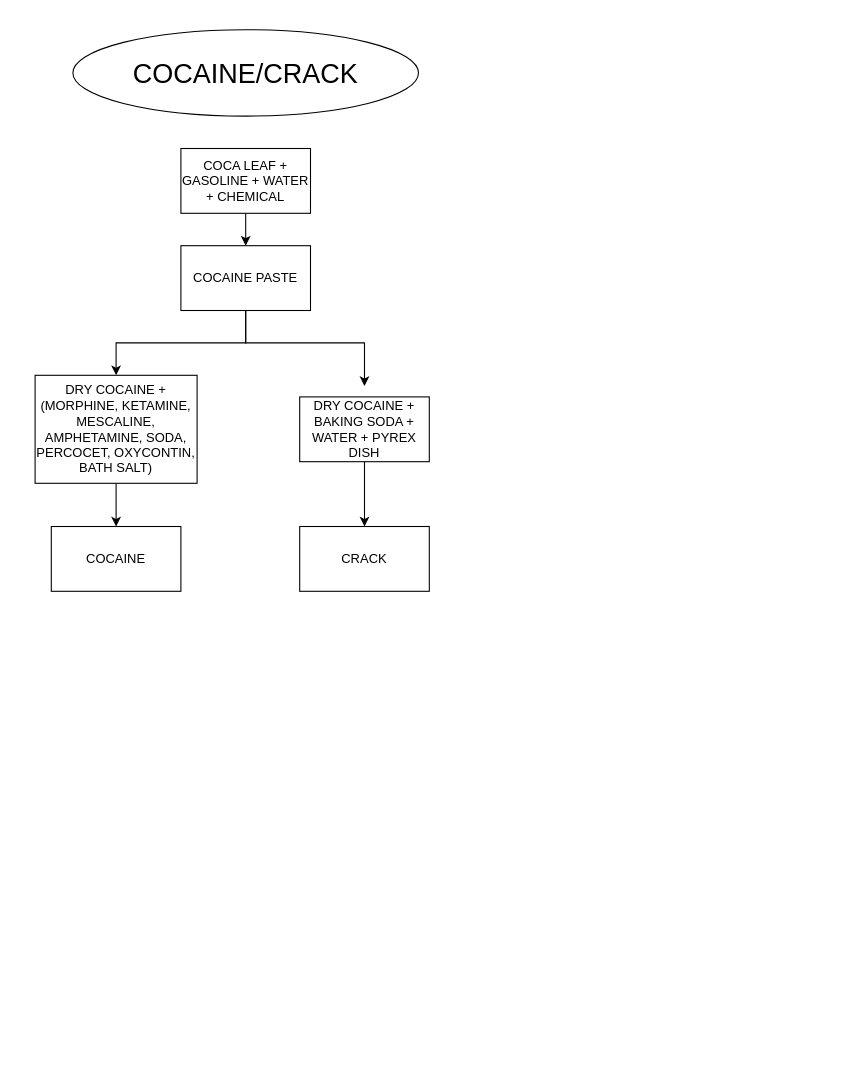
Before: Untitled Diagram.drawio in kloudxmurder/flowchart, a draw.io diagram. Source tidied: cells renumbered, new cells numbered last; positions are measured from the earlier drawing's top-left corner, leaving out a move shared by most shapes. Both pictures are drawn from the tidied source at 108%, with x=0, y=0 at pixel (35, 29).
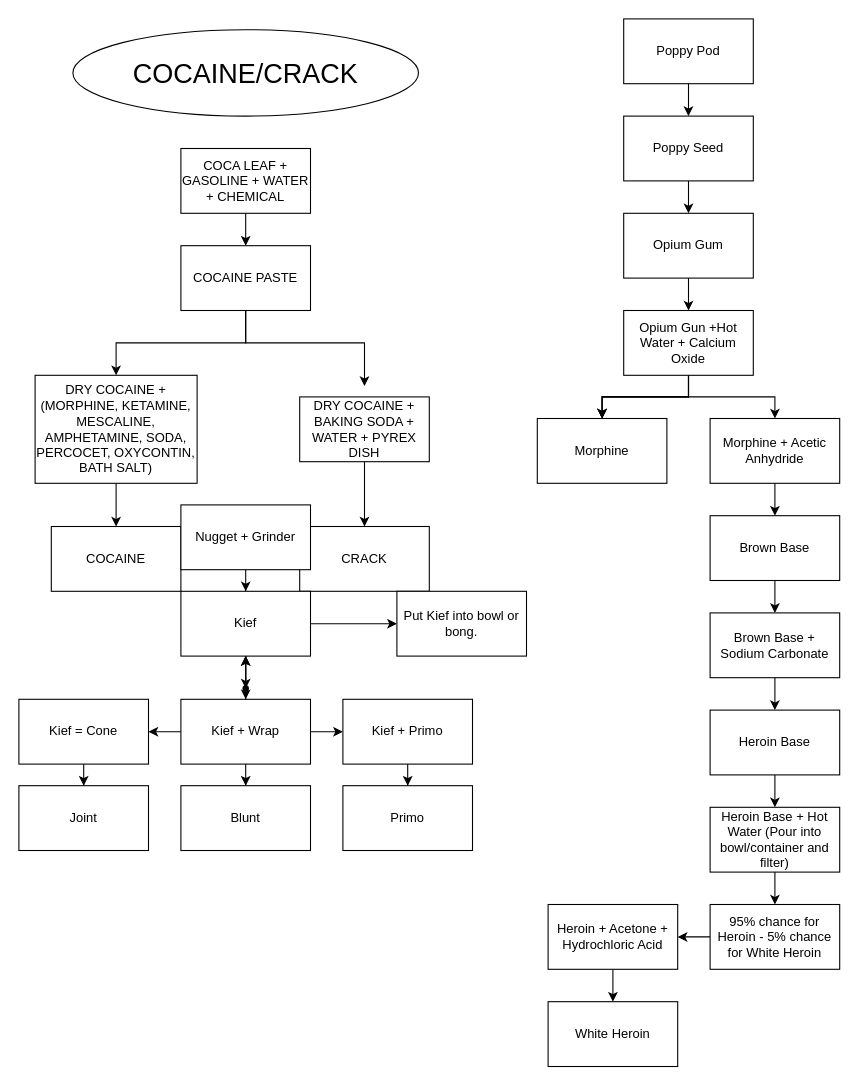
The same diagram, later.

Commit message:
KxM_DrugSystemBeta

Change to the diagram source:
```diff
@@
+    <mxCell id="14" style="edgeStyle=orthogonalEdgeStyle;rounded=0;jettySize=auto;html=1;" parent="1" edge="1" source="15" target="18">
+      <mxGeometry relative="1" as="geometry" />
+    </mxCell>
@@
+    <mxCell id="15" value="Nugget + Grinder" style="rounded=0;whiteSpace=wrap;html=1;" parent="1" vertex="1">
+      <mxGeometry x="135" y="440" width="120" height="60" as="geometry" />
+    </mxCell>
+    <mxCell id="16" style="edgeStyle=orthogonalEdgeStyle;rounded=0;jettySize=auto;html=1;" parent="1" edge="1" source="18" target="22">
+      <mxGeometry relative="1" as="geometry" />
+    </mxCell>
+    <mxCell id="17" style="edgeStyle=orthogonalEdgeStyle;rounded=0;jettySize=auto;html=1;" parent="1" edge="1" source="18" target="31">
+      <mxGeometry relative="1" as="geometry" />
+    </mxCell>
+    <mxCell id="18" value="Kief" style="rounded=0;whiteSpace=wrap;html=1;" parent="1" vertex="1">
+      <mxGeometry x="135" y="520" width="120" height="60" as="geometry" />
+    </mxCell>
+    <mxCell id="19" style="edgeStyle=orthogonalEdgeStyle;rounded=0;jettySize=auto;html=1;" parent="1" edge="1" source="22" target="18">
+      <mxGeometry relative="1" as="geometry" />
+    </mxCell>
+    <mxCell id="20" style="edgeStyle=orthogonalEdgeStyle;rounded=0;jettySize=auto;html=1;" parent="1" edge="1" source="22" target="18">
+      <mxGeometry relative="1" as="geometry" />
+    </mxCell>
+    <mxCell id="21" style="edgeStyle=orthogonalEdgeStyle;rounded=0;jettySize=auto;html=1;" parent="1" edge="1" source="22" target="26">
+      <mxGeometry relative="1" as="geometry" />
+    </mxCell>
+    <mxCell id="22" style="shape=waypoint;sketch=0;size=6;points=[];fillColor=default;perimeter=centerPerimeter;snapToPoint=1;rounded=0;" parent="1" vertex="1">
+      <mxGeometry x="185" y="600" width="20" height="20" as="geometry" />
+    </mxCell>
+    <mxCell id="23" style="edgeStyle=orthogonalEdgeStyle;rounded=0;jettySize=auto;html=1;" parent="1" edge="1" source="26" target="28">
+      <mxGeometry relative="1" as="geometry" />
+    </mxCell>
+    <mxCell id="24" style="edgeStyle=orthogonalEdgeStyle;rounded=0;jettySize=auto;html=1;" parent="1" edge="1" source="26" target="30">
+      <mxGeometry relative="1" as="geometry" />
+    </mxCell>
+    <mxCell id="25" style="edgeStyle=orthogonalEdgeStyle;rounded=0;jettySize=auto;html=1;" parent="1" edge="1" source="26" target="33">
+      <mxGeometry relative="1" as="geometry" />
+    </mxCell>
+    <mxCell id="26" value="Kief + Wrap" style="whiteSpace=wrap;html=1;sketch=0;rounded=0;" parent="1" vertex="1">
+      <mxGeometry x="135" y="620" width="120" height="60" as="geometry" />
+    </mxCell>
+    <mxCell id="27" style="edgeStyle=orthogonalEdgeStyle;rounded=0;jettySize=auto;html=1;" parent="1" edge="1" source="28" target="34">
+      <mxGeometry relative="1" as="geometry" />
+    </mxCell>
+    <mxCell id="28" value="Kief + Primo" style="whiteSpace=wrap;html=1;sketch=0;rounded=0;" parent="1" vertex="1">
+      <mxGeometry x="285" y="620" width="120" height="60" as="geometry" />
+    </mxCell>
+    <mxCell id="29" style="edgeStyle=orthogonalEdgeStyle;rounded=0;jettySize=auto;html=1;" parent="1" edge="1" source="30" target="32">
+      <mxGeometry relative="1" as="geometry" />
+    </mxCell>
+    <mxCell id="30" value="Kief = Cone" style="whiteSpace=wrap;html=1;sketch=0;rounded=0;" parent="1" vertex="1">
+      <mxGeometry x="-15" y="620" width="120" height="60" as="geometry" />
+    </mxCell>
+    <mxCell id="31" value="Put Kief into bowl or bong." style="rounded=0;whiteSpace=wrap;html=1;" parent="1" vertex="1">
+      <mxGeometry x="335" y="520" width="120" height="60" as="geometry" />
+    </mxCell>
+    <mxCell id="32" value="Joint" style="whiteSpace=wrap;html=1;sketch=0;rounded=0;" parent="1" vertex="1">
+      <mxGeometry x="-15" y="700" width="120" height="60" as="geometry" />
+    </mxCell>
+    <mxCell id="33" value="Blunt" style="whiteSpace=wrap;html=1;sketch=0;rounded=0;" parent="1" vertex="1">
+      <mxGeometry x="135" y="700" width="120" height="60" as="geometry" />
+    </mxCell>
+    <mxCell id="34" value="Primo" style="whiteSpace=wrap;html=1;sketch=0;rounded=0;" parent="1" vertex="1">
+      <mxGeometry x="285" y="700" width="120" height="60" as="geometry" />
+    </mxCell>
+    <mxCell id="35" style="edgeStyle=orthogonalEdgeStyle;rounded=0;jettySize=auto;html=1;" parent="1" edge="1" source="36" target="38">
+      <mxGeometry relative="1" as="geometry" />
+    </mxCell>
+    <mxCell id="36" value="Poppy Pod" style="rounded=0;whiteSpace=wrap;html=1;" parent="1" vertex="1">
+      <mxGeometry x="545" y="-10" width="120" height="60" as="geometry" />
+    </mxCell>
+    <mxCell id="37" style="edgeStyle=orthogonalEdgeStyle;rounded=0;jettySize=auto;html=1;" parent="1" edge="1" source="38" target="40">
+      <mxGeometry relative="1" as="geometry" />
+    </mxCell>
+    <mxCell id="38" value="Poppy Seed" style="whiteSpace=wrap;html=1;rounded=0;" parent="1" vertex="1">
+      <mxGeometry x="545" y="80" width="120" height="60" as="geometry" />
+    </mxCell>
+    <mxCell id="39" style="edgeStyle=orthogonalEdgeStyle;rounded=0;jettySize=auto;html=1;" parent="1" edge="1" source="40" target="45">
+      <mxGeometry relative="1" as="geometry" />
+    </mxCell>
+    <mxCell id="40" value="Opium Gum" style="whiteSpace=wrap;html=1;rounded=0;" parent="1" vertex="1">
+      <mxGeometry x="545" y="170" width="120" height="60" as="geometry" />
+    </mxCell>
+    <mxCell id="41" style="edgeStyle=orthogonalEdgeStyle;rounded=0;jettySize=auto;html=1;" parent="1" edge="1" source="45" target="46">
+      <mxGeometry relative="1" as="geometry" />
+    </mxCell>
+    <mxCell id="42" style="edgeStyle=orthogonalEdgeStyle;rounded=0;jettySize=auto;html=1;" parent="1" edge="1" source="45" target="46">
+      <mxGeometry relative="1" as="geometry" />
+    </mxCell>
+    <mxCell id="43" style="edgeStyle=orthogonalEdgeStyle;rounded=0;jettySize=auto;html=1;" parent="1" edge="1" source="45" target="46">
+      <mxGeometry relative="1" as="geometry" />
+    </mxCell>
+    <mxCell id="44" style="edgeStyle=orthogonalEdgeStyle;rounded=0;jettySize=auto;html=1;" parent="1" edge="1" source="45" target="48">
+      <mxGeometry relative="1" as="geometry" />
+    </mxCell>
+    <mxCell id="45" value="Opium Gun +Hot Water + Calcium Oxide" style="whiteSpace=wrap;html=1;rounded=0;" parent="1" vertex="1">
+      <mxGeometry x="545" y="260" width="120" height="60" as="geometry" />
+    </mxCell>
+    <mxCell id="46" value="Morphine" style="whiteSpace=wrap;html=1;rounded=0;" parent="1" vertex="1">
+      <mxGeometry x="465" y="360" width="120" height="60" as="geometry" />
+    </mxCell>
+    <mxCell id="47" style="edgeStyle=orthogonalEdgeStyle;rounded=0;jettySize=auto;html=1;" parent="1" edge="1" source="48" target="50">
+      <mxGeometry relative="1" as="geometry" />
+    </mxCell>
+    <mxCell id="48" value="Morphine + Acetic Anhydride" style="whiteSpace=wrap;html=1;rounded=0;" parent="1" vertex="1">
+      <mxGeometry x="625" y="360" width="120" height="60" as="geometry" />
+    </mxCell>
+    <mxCell id="49" style="edgeStyle=orthogonalEdgeStyle;rounded=0;jettySize=auto;html=1;" parent="1" edge="1" source="50" target="52">
+      <mxGeometry relative="1" as="geometry" />
+    </mxCell>
+    <mxCell id="50" value="Brown Base" style="whiteSpace=wrap;html=1;rounded=0;" parent="1" vertex="1">
+      <mxGeometry x="625" y="450" width="120" height="60" as="geometry" />
+    </mxCell>
+    <mxCell id="51" style="edgeStyle=orthogonalEdgeStyle;rounded=0;jettySize=auto;html=1;" parent="1" edge="1" source="52" target="54">
+      <mxGeometry relative="1" as="geometry" />
+    </mxCell>
+    <mxCell id="52" value="Brown Base + Sodium Carbonate" style="whiteSpace=wrap;html=1;rounded=0;" parent="1" vertex="1">
+      <mxGeometry x="625" y="540" width="120" height="60" as="geometry" />
+    </mxCell>
+    <mxCell id="53" style="edgeStyle=orthogonalEdgeStyle;rounded=0;jettySize=auto;html=1;" parent="1" edge="1" source="54" target="56">
+      <mxGeometry relative="1" as="geometry" />
+    </mxCell>
+    <mxCell id="54" value="Heroin Base" style="whiteSpace=wrap;html=1;rounded=0;" parent="1" vertex="1">
+      <mxGeometry x="625" y="630" width="120" height="60" as="geometry" />
+    </mxCell>
+    <mxCell id="55" style="edgeStyle=orthogonalEdgeStyle;rounded=0;jettySize=auto;html=1;" parent="1" edge="1" source="56" target="58">
+      <mxGeometry relative="1" as="geometry" />
+    </mxCell>
+    <mxCell id="56" value="Heroin Base + Hot Water (Pour into bowl/container and filter)" style="whiteSpace=wrap;html=1;rounded=0;" parent="1" vertex="1">
+      <mxGeometry x="625" y="720" width="120" height="60" as="geometry" />
+    </mxCell>
+    <mxCell id="57" style="edgeStyle=orthogonalEdgeStyle;rounded=0;jettySize=auto;html=1;" parent="1" edge="1" source="58" target="60">
+      <mxGeometry relative="1" as="geometry" />
+    </mxCell>
+    <mxCell id="58" value="95% chance for Heroin - 5% chance for White Heroin" style="whiteSpace=wrap;html=1;rounded=0;" parent="1" vertex="1">
+      <mxGeometry x="625" y="810" width="120" height="60" as="geometry" />
+    </mxCell>
+    <mxCell id="59" style="edgeStyle=orthogonalEdgeStyle;rounded=0;jettySize=auto;html=1;" parent="1" edge="1" source="60" target="61">
+      <mxGeometry relative="1" as="geometry" />
+    </mxCell>
+    <mxCell id="60" value="Heroin + Acetone + Hydrochloric Acid" style="whiteSpace=wrap;html=1;rounded=0;" parent="1" vertex="1">
+      <mxGeometry x="475" y="810" width="120" height="60" as="geometry" />
+    </mxCell>
+    <mxCell id="61" value="White Heroin" style="whiteSpace=wrap;html=1;rounded=0;" parent="1" vertex="1">
+      <mxGeometry x="475" y="900" width="120" height="60" as="geometry" />
+    </mxCell>
```
